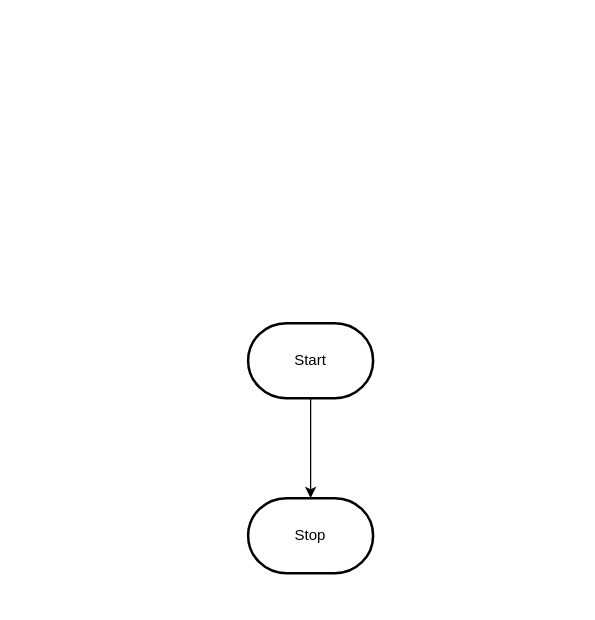
The draw.io diagram design/flowchart.drawio in MTHS-ICD2O-1-2023/ICD2O-Unit-6-02-Gabriel-Zanardi, before the edit. Source tidied: cells renumbered, new cells numbered last; positions are measured from the earlier drawing's top-left corner, leaving out a move shared by most shapes. Both pictures are drawn from the tidied source at 125%, with x=0, y=0 at pixel (248, 322).
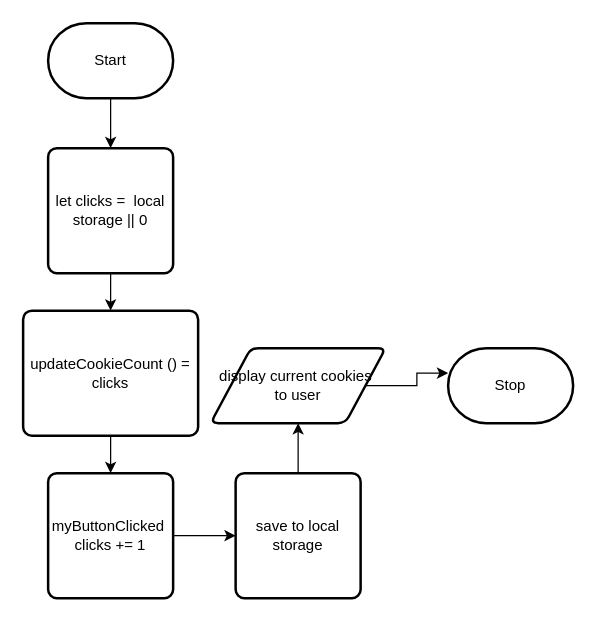
Above is the later version.

Commit message:
finished fowchart V.1

Change to the diagram source:
```diff
@@
 <mxGraphModel>
   <root>
     <mxCell id="0" />
     <mxCell id="1" parent="0" />
-    <mxCell id="2" style="edgeStyle=orthogonalEdgeStyle;html=1;rounded=0;" parent="1" edge="1" source="3" target="4">
-      <mxGeometry relative="1" as="geometry" />
-    </mxCell>
+    <mxCell id="5" style="edgeStyle=none;html=1;entryX=0.5;entryY=0;entryDx=0;entryDy=0;" parent="1" edge="1" source="3" target="2">
+      <mxGeometry relative="1" as="geometry" />
+    </mxCell>
     <mxCell id="3" value="Start" style="strokeWidth=2;html=1;shape=mxgraph.flowchart.terminator;whiteSpace=wrap;" parent="1" vertex="1">
-      <mxGeometry width="100" height="60" as="geometry" />
+      <mxGeometry x="-160" y="-240" width="100" height="60" as="geometry" />
     </mxCell>
     <mxCell id="4" value="Stop" style="strokeWidth=2;html=1;shape=mxgraph.flowchart.terminator;whiteSpace=wrap;" parent="1" vertex="1">
-      <mxGeometry y="140" width="100" height="60" as="geometry" />
+      <mxGeometry x="160" y="20" width="100" height="60" as="geometry" />
     </mxCell>
+    <mxCell id="6" style="edgeStyle=orthogonalEdgeStyle;html=1;entryX=0.5;entryY=0;entryDx=0;entryDy=0;rounded=0;" parent="1" edge="1" source="2" target="8">
+      <mxGeometry relative="1" as="geometry" />
+    </mxCell>
+    <mxCell id="2" value="let clicks =&amp;nbsp; local storage || 0" style="rounded=1;whiteSpace=wrap;html=1;absoluteArcSize=1;arcSize=14;strokeWidth=2;" parent="1" vertex="1">
+      <mxGeometry x="-160" y="-140" width="100" height="100" as="geometry" />
+    </mxCell>
+    <mxCell id="7" style="edgeStyle=orthogonalEdgeStyle;rounded=0;html=1;entryX=0.5;entryY=0;entryDx=0;entryDy=0;" parent="1" edge="1" source="8" target="10">
+      <mxGeometry relative="1" as="geometry" />
+    </mxCell>
+    <mxCell id="8" value="updateCookieCount () = clicks" style="rounded=1;whiteSpace=wrap;html=1;absoluteArcSize=1;arcSize=14;strokeWidth=2;" parent="1" vertex="1">
+      <mxGeometry x="-180" y="-10" width="140" height="100" as="geometry" />
+    </mxCell>
+    <mxCell id="9" style="edgeStyle=orthogonalEdgeStyle;rounded=0;html=1;entryX=0;entryY=0.5;entryDx=0;entryDy=0;" parent="1" edge="1" source="10" target="12">
+      <mxGeometry relative="1" as="geometry" />
+    </mxCell>
+    <mxCell id="10" value="myButtonClicked&amp;nbsp;&lt;br&gt;clicks += 1" style="rounded=1;whiteSpace=wrap;html=1;absoluteArcSize=1;arcSize=14;strokeWidth=2;" parent="1" vertex="1">
+      <mxGeometry x="-160" y="120" width="100" height="100" as="geometry" />
+    </mxCell>
+    <mxCell id="11" style="edgeStyle=orthogonalEdgeStyle;rounded=0;html=1;entryX=0.5;entryY=1;entryDx=0;entryDy=0;" parent="1" edge="1" source="12" target="14">
+      <mxGeometry relative="1" as="geometry" />
+    </mxCell>
+    <mxCell id="12" value="save to local storage" style="rounded=1;whiteSpace=wrap;html=1;absoluteArcSize=1;arcSize=14;strokeWidth=2;" parent="1" vertex="1">
+      <mxGeometry x="-10" y="120" width="100" height="100" as="geometry" />
+    </mxCell>
+    <mxCell id="13" style="edgeStyle=orthogonalEdgeStyle;rounded=0;html=1;entryX=0;entryY=0.333;entryDx=0;entryDy=0;entryPerimeter=0;" parent="1" edge="1" source="14" target="4">
+      <mxGeometry relative="1" as="geometry" />
+    </mxCell>
+    <mxCell id="14" value="display current cookies&amp;nbsp; to user" style="shape=parallelogram;html=1;strokeWidth=2;perimeter=parallelogramPerimeter;whiteSpace=wrap;rounded=1;arcSize=12;size=0.23;" parent="1" vertex="1">
+      <mxGeometry x="-30" y="20" width="140" height="60" as="geometry" />
+    </mxCell>
   </root>
 </mxGraphModel>
```
